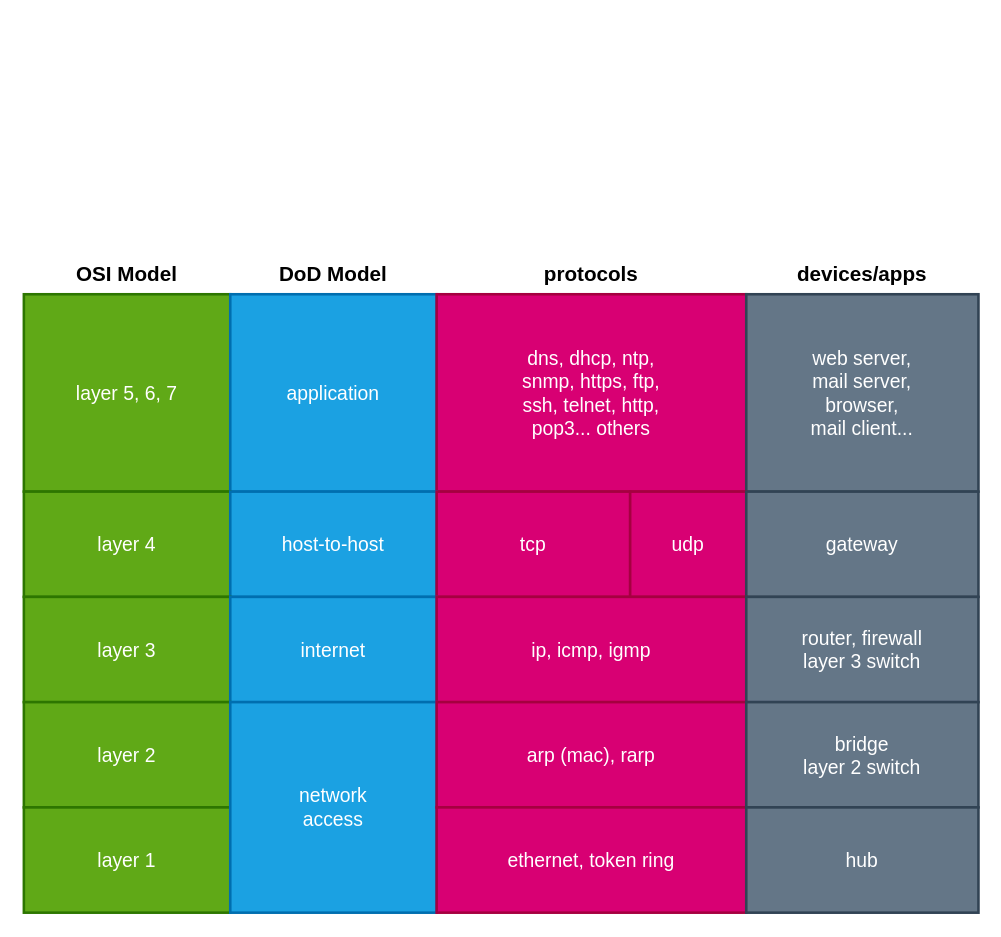
The draw.io diagram Charts/Network Models.drawio in digimindx/Networking, before the edit. Source tidied: cells renumbered, new cells numbered last; positions are measured from the earlier drawing's top-left corner, leaving out a move shared by most shapes. Both pictures are drawn from the tidied source at 129%, with x=0, y=0 at pixel (23, 254).
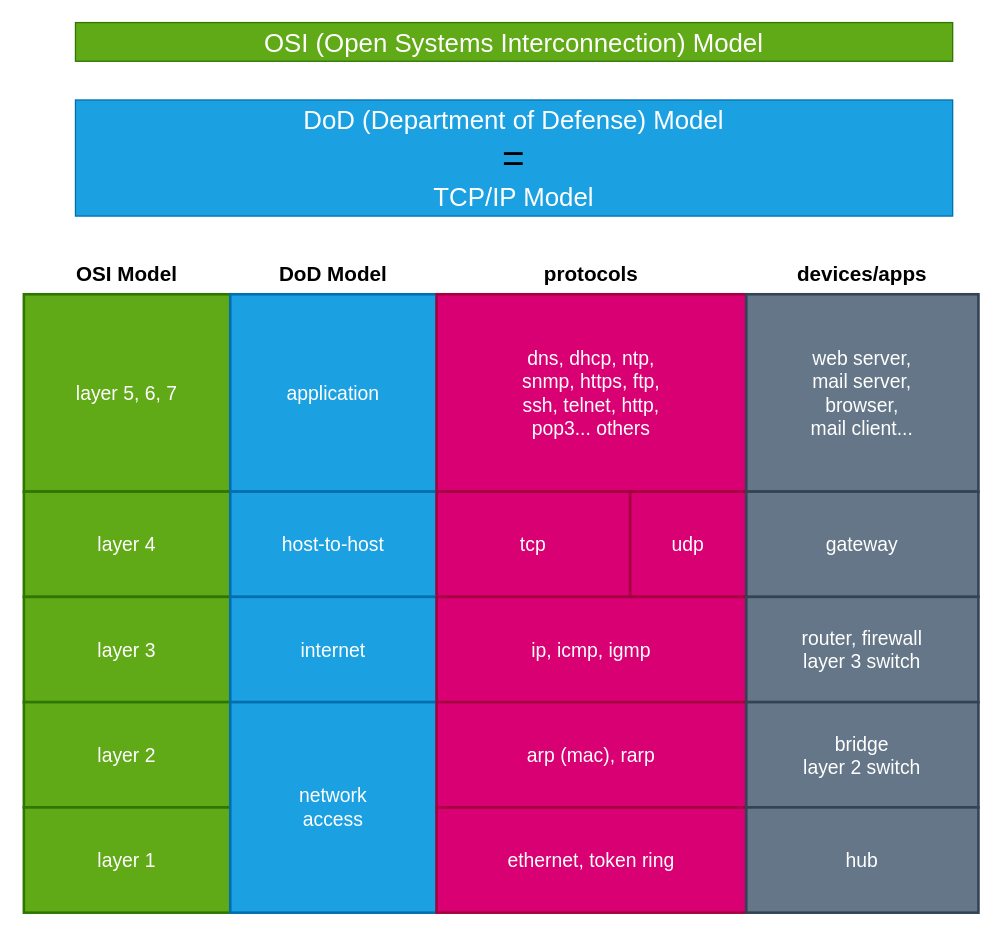
The same diagram, later.

Change to the diagram source:
```diff
@@
+    <mxCell id="26" value="OSI (Open Systems Interconnection) Model" style="text;html=1;whiteSpace=wrap;strokeColor=#2D7600;fillColor=#60a917;align=center;verticalAlign=middle;rounded=0;fontSize=20;fontColor=#ffffff;" parent="1" vertex="1">
+      <mxGeometry x="40" y="-180" width="680" height="30" as="geometry" />
+    </mxCell>
+    <mxCell id="27" style="group;" parent="1" vertex="1">
+      <mxGeometry x="40" y="-120" width="680" height="90" as="geometry" />
+    </mxCell>
+    <mxCell id="28" style="group;fillColor=#1ba1e2;fontColor=#FFFFFF;strokeColor=#006EAF;" parent="27" vertex="1">
+      <mxGeometry width="680" height="90" as="geometry" />
+    </mxCell>
+    <mxCell id="29" value="&lt;span style=&quot;color: rgb(255, 255, 255);&quot;&gt;DoD (Department of Defense) Model&lt;/span&gt;" style="text;html=1;whiteSpace=wrap;strokeColor=none;fillColor=none;align=center;verticalAlign=middle;rounded=0;fontSize=20;" parent="27" vertex="1">
+      <mxGeometry width="680" height="30" as="geometry" />
+    </mxCell>
+    <mxCell id="30" value="&lt;span style=&quot;color: rgb(255, 255, 255);&quot;&gt;TCP/IP Model&lt;/span&gt;" style="text;html=1;whiteSpace=wrap;strokeColor=none;fillColor=none;align=center;verticalAlign=middle;rounded=0;fontSize=20;" parent="27" vertex="1">
+      <mxGeometry y="60" width="680" height="30" as="geometry" />
+    </mxCell>
+    <mxCell id="31" value="=" style="text;html=1;whiteSpace=wrap;strokeColor=none;fillColor=none;align=center;verticalAlign=middle;rounded=0;fontSize=30;" parent="27" vertex="1">
+      <mxGeometry x="310" y="30" width="60" height="30" as="geometry" />
+    </mxCell>
```
